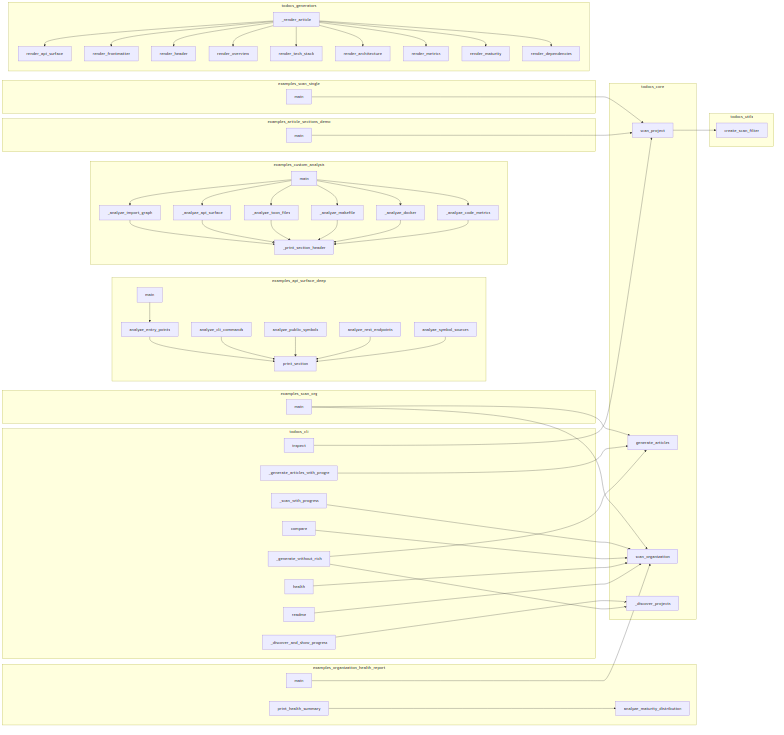
Above: project/calls.png in wronai/todocs (Mermaid), before the change. Its source is kept beside it as project/calls.mmd.
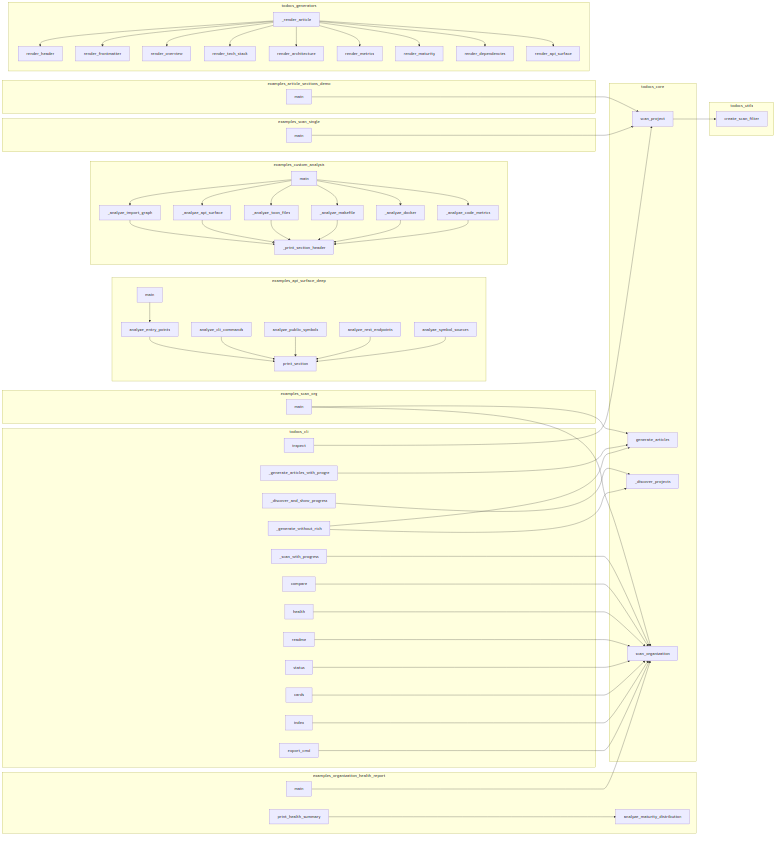
The same file after the commit.

Change to the diagram source:
```diff
@@ -1,29 +1,29 @@
 flowchart LR
     subgraph examples_api_surface_deep
-        examples__api_surface_deep__analyze_cli_commands["analyze_cli_commands"]
+        examples__api_surface_deep__analyze_rest_endpoints["analyze_rest_endpoints"]
+        examples__api_surface_deep__analyze_public_symbols["analyze_public_symbols"]
         examples__api_surface_deep__analyze_entry_points["analyze_entry_points"]
         examples__api_surface_deep__print_section["print_section"]
         examples__api_surface_deep__analyze_symbol_sources["analyze_symbol_sources"]
-        examples__api_surface_deep__analyze_public_symbols["analyze_public_symbols"]
+        examples__api_surface_deep__analyze_cli_commands["analyze_cli_commands"]
         examples__api_surface_deep__main["main"]
-        examples__api_surface_deep__analyze_rest_endpoints["analyze_rest_endpoints"]
     end
     subgraph examples_article_sections_demo
         examples__article_sections_demo__main["main"]
     end
     subgraph examples_custom_analysis
+        examples__custom_analysis___analyze_api_surface["_analyze_api_surface"]
+        examples__custom_analysis___analyze_toon_files["_analyze_toon_files"]
+        examples__custom_analysis___print_section_header["_print_section_header"]
+        examples__custom_analysis___analyze_code_metrics["_analyze_code_metrics"]
         examples__custom_analysis___analyze_docker["_analyze_docker"]
-        examples__custom_analysis___analyze_import_graph["_analyze_import_graph"]
         examples__custom_analysis___analyze_makefile["_analyze_makefile"]
         examples__custom_analysis__main["main"]
-        examples__custom_analysis___analyze_code_metrics["_analyze_code_metrics"]
-        examples__custom_analysis___analyze_api_surface["_analyze_api_surface"]
-        examples__custom_analysis___print_section_header["_print_section_header"]
-        examples__custom_analysis___analyze_toon_files["_analyze_toon_files"]
+        examples__custom_analysis___analyze_import_graph["_analyze_import_graph"]
     end
     subgraph examples_organization_health_report
+        examples__organization_health_report__main["main"]
         examples__print_health_summary["print_health_summary"]
-        examples__organization_health_report__main["main"]
         examples__analyze_maturity_distribution["analyze_maturity_distribution"]
     end
     subgraph examples_scan_org
@@ -33,40 +33,46 @@
         examples__scan_single__main["main"]
     end
     subgraph todocs_cli
+        todocs__cli___discover_and_show_progress["_discover_and_show_progress"]
+        todocs__cli__index["index"]
+        todocs__cli___generate_without_rich["_generate_without_rich"]
+        todocs__cli__cards["cards"]
+        todocs__cli___scan_with_progress["_scan_with_progress"]
+        todocs__cli__inspect["inspect"]
+        todocs__cli__readme["readme"]
+        todocs__cli__health["health"]
         todocs__cli___generate_articles_with_progress["_generate_articles_with_progre"]
-        todocs__cli___discover_and_show_progress["_discover_and_show_progress"]
-        todocs__cli___scan_with_progress["_scan_with_progress"]
-        todocs__cli__readme["readme"]
+        todocs__cli__export_cmd["export_cmd"]
         todocs__cli__compare["compare"]
-        todocs__cli___generate_without_rich["_generate_without_rich"]
-        todocs__cli__inspect["inspect"]
-        todocs__cli__health["health"]
+        todocs__cli__status["status"]
     end
     subgraph todocs_core
         todocs__core__scan_project["scan_project"]
         todocs__core__generate_articles["generate_articles"]
+        todocs__core___discover_projects["_discover_projects"]
         todocs__core__scan_organization["scan_organization"]
-        todocs__core___discover_projects["_discover_projects"]
     end
     subgraph todocs_generators
+        todocs__render_header["render_header"]
+        todocs__render_frontmatter["render_frontmatter"]
+        todocs__render_tech_stack["render_tech_stack"]
+        todocs__render_architecture["render_architecture"]
+        todocs__render_dependencies["render_dependencies"]
         todocs__render_api_surface["render_api_surface"]
-        todocs__render_architecture["render_architecture"]
-        todocs__render_tech_stack["render_tech_stack"]
+        todocs__render_maturity["render_maturity"]
+        todocs___render_article["_render_article"]
         todocs__render_overview["render_overview"]
-        todocs__render_header["render_header"]
-        todocs___render_article["_render_article"]
-        todocs__render_maturity["render_maturity"]
         todocs__render_metrics["render_metrics"]
-        todocs__render_frontmatter["render_frontmatter"]
-        todocs__render_dependencies["render_dependencies"]
     end
     subgraph todocs_utils
         todocs__utils__create_scan_filter["create_scan_filter"]
     end
-    examples__scan_single__main --> todocs__core__scan_project
+    examples__article_sections_demo__main --> todocs__core__scan_project
     examples__print_health_summary --> examples__analyze_maturity_distribution
     examples__organization_health_report__main --> todocs__core__scan_organization
-    examples__article_sections_demo__main --> todocs__core__scan_project
+    examples__scan_org__main --> todocs__core__scan_organization
+    examples__scan_org__main --> todocs__core__generate_articles
+    examples__scan_single__main --> todocs__core__scan_project
     examples__custom_analysis___analyze_import_graph --> examples__custom_analysis___print_section_header
     examples__custom_analysis___analyze_api_surface --> examples__custom_analysis___print_section_header
     examples__custom_analysis___analyze_toon_files --> examples__custom_analysis___print_section_header
@@ -79,8 +85,6 @@
     examples__custom_analysis__main --> examples__custom_analysis___analyze_makefile
     examples__custom_analysis__main --> examples__custom_analysis___analyze_docker
     examples__custom_analysis__main --> examples__custom_analysis___analyze_code_metrics
-    examples__scan_org__main --> todocs__core__scan_organization
-    examples__scan_org__main --> todocs__core__generate_articles
     examples__api_surface_deep__analyze_entry_points --> examples__api_surface_deep__print_section
     examples__api_surface_deep__analyze_cli_commands --> examples__api_surface_deep__print_section
     examples__api_surface_deep__analyze_public_symbols --> examples__api_surface_deep__print_section
@@ -96,6 +100,10 @@
     todocs__cli__compare --> todocs__core__scan_organization
     todocs__cli__health --> todocs__core__scan_organization
     todocs__cli__readme --> todocs__core__scan_organization
+    todocs__cli__status --> todocs__core__scan_organization
+    todocs__cli__cards --> todocs__core__scan_organization
+    todocs__cli__index --> todocs__core__scan_organization
+    todocs__cli__export_cmd --> todocs__core__scan_organization
     todocs___render_article --> todocs__render_frontmatter
     todocs___render_article --> todocs__render_header
     todocs___render_article --> todocs__render_overview
```
